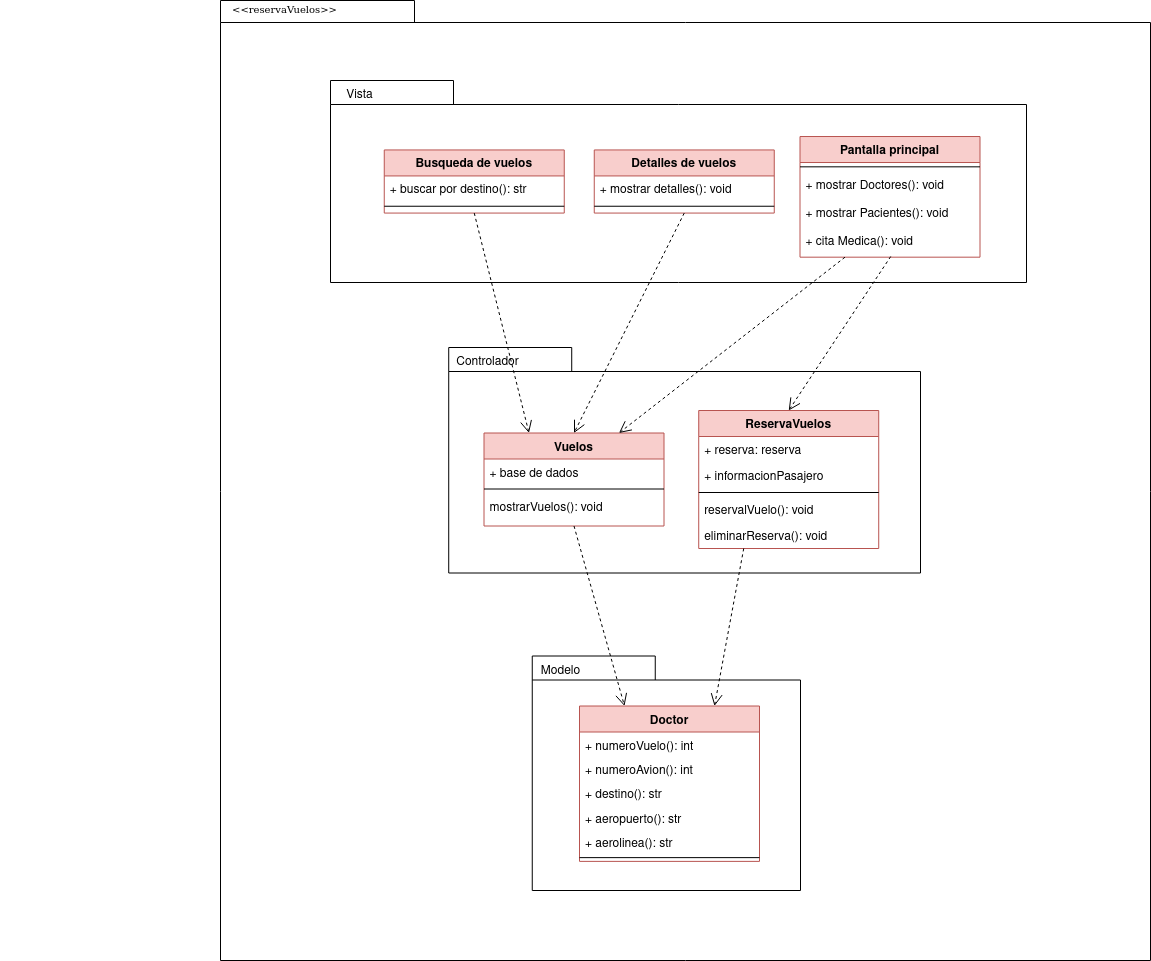
Above: diagramas/diagramas/paquete/diagrama_paquete_reserva_vuelo.png in Chugani05/entorno_de_desarrollo (draw.io), before the change. Source tidied: cells renumbered, new cells last; positions are measured from the earlier drawing's top-left corner, leaving out a move shared by most shapes.
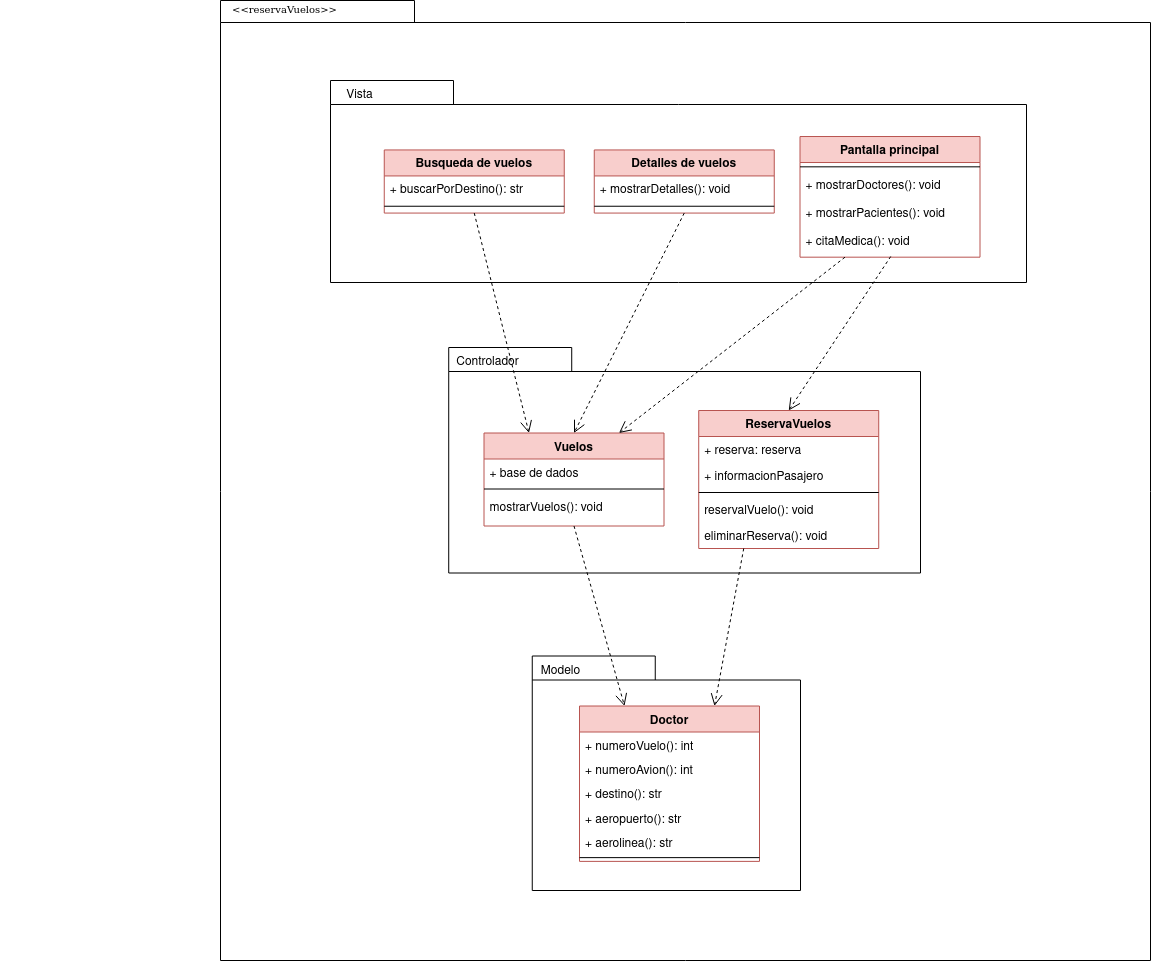
The same diagram one commit later.

Diff of the diagram source:
```diff
@@ -14,7 +14,7 @@
     <mxCell id="5" value="Busqueda de vuelos" style="swimlane;fontStyle=1;align=center;verticalAlign=top;horizontal=1;startSize=26;rounded=0;shadow=0;strokeWidth=1;fillColor=#f8cecc;strokeColor=#b85450;" parent="3" vertex="1">
       <mxGeometry x="383.8" y="69.4" width="180" height="63.1" as="geometry" />
     </mxCell>
-    <mxCell id="6" value="+ buscar por destino(): str" style="text;align=left;verticalAlign=top;spacingLeft=4;spacingRight=4;overflow=hidden;" parent="5" vertex="1">
+    <mxCell id="6" value="+ buscarPorDestino(): str" style="text;align=left;verticalAlign=top;spacingLeft=4;spacingRight=4;overflow=hidden;" parent="5" vertex="1">
       <mxGeometry y="26" width="180" height="26.3" as="geometry" />
     </mxCell>
     <mxCell id="7" style="line;html=1;strokeWidth=1;align=left;verticalAlign=middle;spacingTop=-1;spacingLeft=3;spacingRight=3;labelPosition=right;" parent="5" vertex="1">
@@ -23,7 +23,7 @@
     <mxCell id="8" value="Detalles de vuelos" style="swimlane;fontStyle=1;align=center;verticalAlign=top;horizontal=1;startSize=26;rounded=0;shadow=0;strokeWidth=1;fillColor=#f8cecc;strokeColor=#b85450;" parent="3" vertex="1">
       <mxGeometry x="593.8" y="69.4" width="180" height="63.1" as="geometry" />
     </mxCell>
-    <mxCell id="9" value="+ mostrar detalles(): void" style="text;align=left;verticalAlign=top;spacingLeft=4;spacingRight=4;overflow=hidden;" parent="8" vertex="1">
+    <mxCell id="9" value="+ mostrarDetalles(): void" style="text;align=left;verticalAlign=top;spacingLeft=4;spacingRight=4;overflow=hidden;" parent="8" vertex="1">
       <mxGeometry y="26" width="180" height="26.3" as="geometry" />
     </mxCell>
     <mxCell id="10" style="line;html=1;strokeWidth=1;align=left;verticalAlign=middle;spacingTop=-1;spacingLeft=3;spacingRight=3;labelPosition=right;" parent="8" vertex="1">
@@ -38,13 +38,13 @@
     <mxCell id="13" style="line;html=1;strokeWidth=1;align=left;verticalAlign=middle;spacingTop=-1;spacingLeft=3;spacingRight=3;labelPosition=right;" parent="12" vertex="1">
       <mxGeometry y="26" width="180" height="8.6" as="geometry" />
     </mxCell>
-    <mxCell id="14" value="+ mostrar Doctores(): void" style="text;align=left;verticalAlign=top;spacingLeft=4;spacingRight=4;overflow=hidden;rounded=0;shadow=0;html=0;" parent="12" vertex="1">
+    <mxCell id="14" value="+ mostrarDoctores(): void" style="text;align=left;verticalAlign=top;spacingLeft=4;spacingRight=4;overflow=hidden;rounded=0;shadow=0;html=0;" parent="12" vertex="1">
       <mxGeometry y="34.6" width="180" height="28" as="geometry" />
     </mxCell>
-    <mxCell id="15" value="+ mostrar Pacientes(): void" style="text;align=left;verticalAlign=top;spacingLeft=4;spacingRight=4;overflow=hidden;rounded=0;shadow=0;html=0;" parent="12" vertex="1">
+    <mxCell id="15" value="+ mostrarPacientes(): void" style="text;align=left;verticalAlign=top;spacingLeft=4;spacingRight=4;overflow=hidden;rounded=0;shadow=0;html=0;" parent="12" vertex="1">
       <mxGeometry y="62.6" width="180" height="28" as="geometry" />
     </mxCell>
-    <mxCell id="16" value="+ cita Medica(): void" style="text;align=left;verticalAlign=top;spacingLeft=4;spacingRight=4;overflow=hidden;points=[[0,0.5],[1,0.5]];portConstraint=eastwest;rounded=0;shadow=0;html=0;" parent="12" vertex="1">
+    <mxCell id="16" value="+ citaMedica(): void" style="text;align=left;verticalAlign=top;spacingLeft=4;spacingRight=4;overflow=hidden;points=[[0,0.5],[1,0.5]];portConstraint=eastwest;rounded=0;shadow=0;html=0;" parent="12" vertex="1">
       <mxGeometry y="90.6" width="180" height="28" as="geometry" />
     </mxCell>
     <mxCell id="17" style="shape=folder;fontStyle=1;spacingTop=10;tabWidth=123;tabHeight=24;tabPosition=left;html=1;rounded=0;shadow=0;comic=0;labelBackgroundColor=none;strokeColor=#000000;strokeWidth=1;fillColor=#ffffff;fontFamily=Verdana;fontSize=10;fontColor=#000000;align=center;" parent="3" vertex="1">
```
